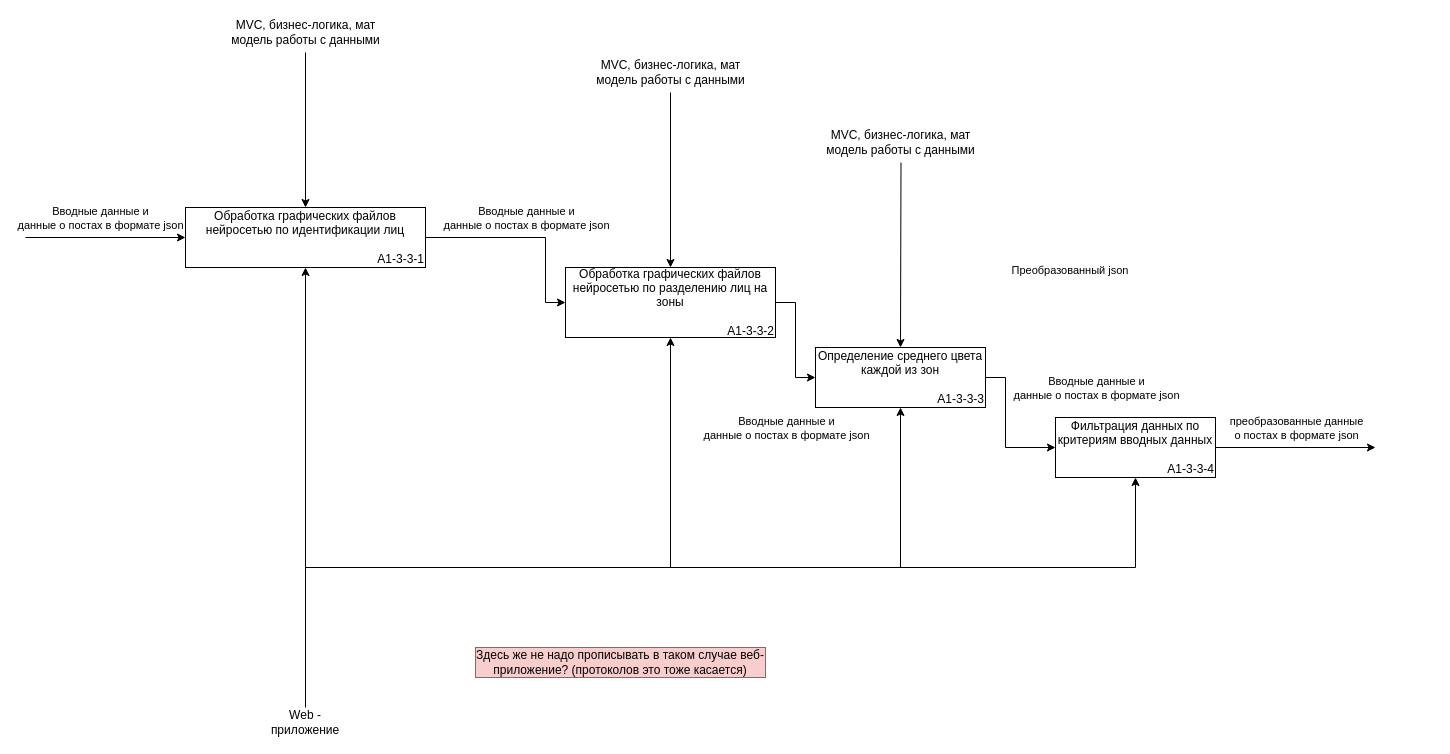
Before: page "Обработка фото нейросетями" (5 of 5) of documentation/Диаграмма без названия.drawio in DashaTkach/Project, a draw.io diagram. Source tidied: cells renumbered, new cells numbered last; positions are measured from the earlier drawing's top-left corner, leaving out a move shared by most shapes. Both pictures are drawn from the tidied source at 100%, with x=0, y=0 at pixel (25, 17).
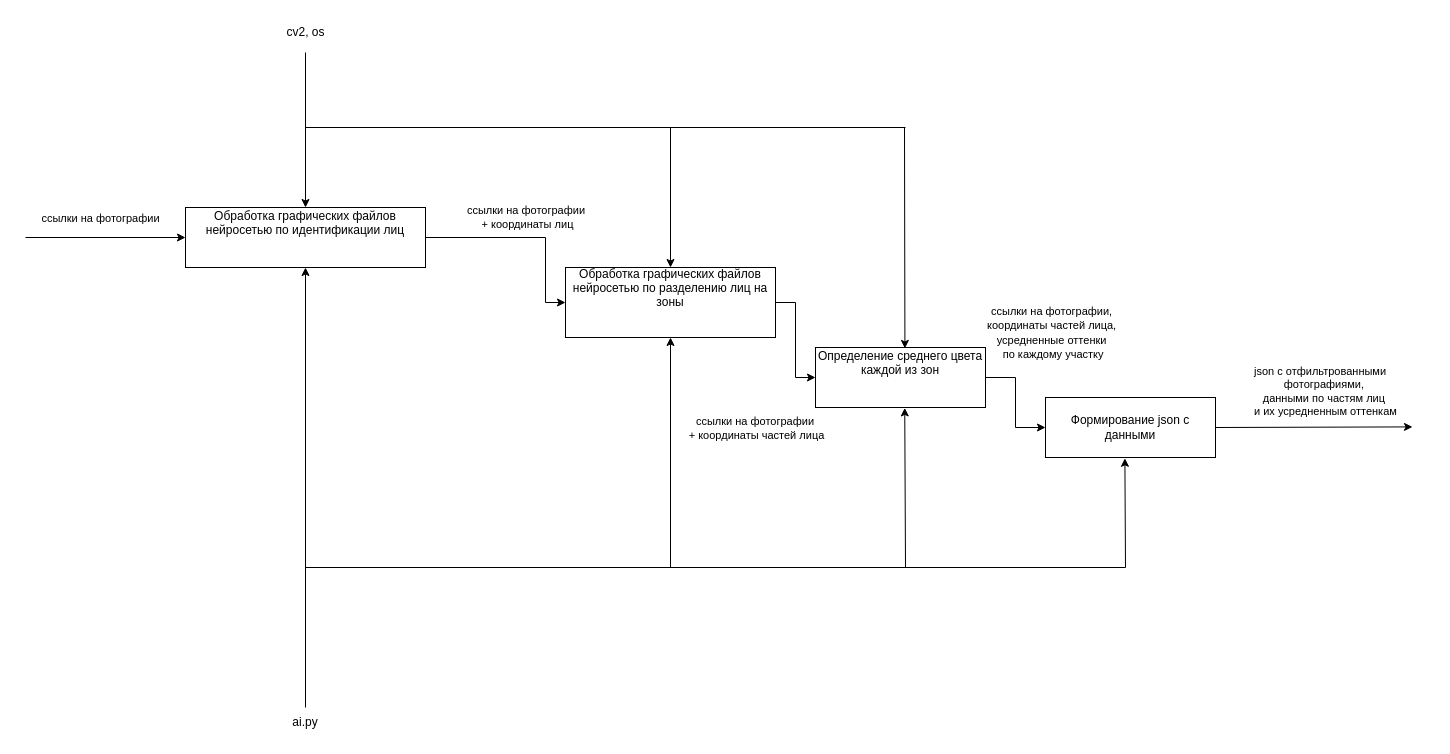
The same diagram, later.

Unchanged cells that the change refers to:
```xml
<mxCell id="9" style="endArrow=classic;html=1;rounded=0;entryX=0;entryY=0.5;entryDx=0;entryDy=0;" parent="1" edge="1" target="2">
  <mxGeometry relative="1" as="geometry">
    <mxPoint y="220" as="sourcePoint" />
  </mxGeometry>
</mxCell>
```

What changed in the source:
```diff
@@
-    <mxCell id="2" value="Обработка графических файлов нейросетью по идентификации лиц&lt;br&gt;&lt;br&gt;&lt;div style=&quot;text-align: right;&quot;&gt;А1-3-3-1&lt;/div&gt;" style="rounded=0;whiteSpace=wrap;html=1;" parent="1" vertex="1">
+    <mxCell id="2" value="Обработка графических файлов нейросетью по идентификации лиц&lt;br&gt;&lt;br&gt;&lt;div style=&quot;text-align: right;&quot;&gt;&lt;br&gt;&lt;/div&gt;" style="rounded=0;whiteSpace=wrap;html=1;" parent="1" vertex="1">
       <mxGeometry x="160" y="190" width="240" height="60" as="geometry" />
     </mxCell>
-    <mxCell id="3" value="Обработка графических файлов нейросетью по разделению лиц на зоны&lt;br&gt;&lt;br&gt;&lt;div style=&quot;text-align: right;&quot;&gt;А1-3-3-2&lt;br&gt;&lt;/div&gt;" style="rounded=0;whiteSpace=wrap;html=1;" parent="1" vertex="1">
+    <mxCell id="3" value="Обработка графических файлов нейросетью по разделению лиц на зоны&lt;br&gt;&lt;br&gt;&lt;div style=&quot;text-align: right;&quot;&gt;&lt;br&gt;&lt;/div&gt;" style="rounded=0;whiteSpace=wrap;html=1;" parent="1" vertex="1">
       <mxGeometry x="540" y="250" width="210" height="70" as="geometry" />
     </mxCell>
-    <mxCell id="4" value="Определение среднего цвета каждой из зон&lt;br&gt;&lt;br&gt;&lt;div style=&quot;text-align: right;&quot;&gt;А1-3-3-3&lt;br&gt;&lt;/div&gt;" style="rounded=0;whiteSpace=wrap;html=1;" parent="1" vertex="1">
+    <mxCell id="4" value="Определение среднего цвета каждой из зон&lt;br&gt;&lt;br&gt;&lt;div style=&quot;text-align: right;&quot;&gt;&lt;br&gt;&lt;/div&gt;" style="rounded=0;whiteSpace=wrap;html=1;" parent="1" vertex="1">
       <mxGeometry x="790" y="330" width="170" height="60" as="geometry" />
     </mxCell>
-    <mxCell id="5" value="Фильтрация данных по критериям вводных данных&lt;br&gt;&lt;br&gt;&lt;div style=&quot;text-align: right;&quot;&gt;А1-3-3-4&lt;/div&gt;" style="rounded=0;whiteSpace=wrap;html=1;" parent="1" vertex="1">
-      <mxGeometry x="1030" y="400" width="160" height="60" as="geometry" />
-    </mxCell>
@@
-    <mxCell id="8" style="endArrow=classic;html=1;rounded=0;entryX=0;entryY=0.5;entryDx=0;entryDy=0;exitX=1;exitY=0.5;exitDx=0;exitDy=0;" parent="1" edge="1" source="4" target="5">
-      <mxGeometry relative="1" as="geometry">
-        <Array as="points">
-          <mxPoint x="980" y="360" />
-          <mxPoint x="980" y="430" />
-        </Array>
-      </mxGeometry>
-    </mxCell>
@@
-    <mxCell id="10" value="Вводные данные и &lt;br&gt;данные о постах в формате json" style="edgeLabel;html=1;align=center;verticalAlign=middle;" parent="9" vertex="1">
+    <mxCell id="10" value="ссылки на фотографии" style="edgeLabel;html=1;align=center;verticalAlign=middle;" parent="9" vertex="1">
       <mxGeometry x="0.25" y="2" relative="1" as="geometry">
         <mxPoint x="-26" y="-18" as="offset" />
       </mxGeometry>
     </mxCell>
@@
-    <mxCell id="12" value="Web - приложение" style="text;html=1;align=center;verticalAlign=middle;whiteSpace=wrap;rounded=0;" parent="1" vertex="1">
+    <mxCell id="12" value="ai.py" style="text;html=1;align=center;verticalAlign=middle;whiteSpace=wrap;rounded=0;" parent="1" vertex="1">
       <mxGeometry x="250" y="690" width="60" height="30" as="geometry" />
     </mxCell>
     <mxCell id="13" style="endArrow=none;html=1;rounded=0;" parent="1" edge="1">
       <mxGeometry relative="1" as="geometry">
         <mxPoint x="280" y="550" as="sourcePoint" />
-        <mxPoint x="1110" y="550" as="targetPoint" />
+        <mxPoint x="1100" y="550" as="targetPoint" />
       </mxGeometry>
     </mxCell>
@@
-    <mxCell id="15" style="endArrow=classic;html=1;rounded=0;entryX=0.5;entryY=1;entryDx=0;entryDy=0;" parent="1" edge="1" target="4">
+    <mxCell id="15" style="endArrow=classic;html=1;rounded=0;entryX=0.525;entryY=1.007;entryDx=0;entryDy=0;entryPerimeter=0;" parent="1" edge="1" target="4">
       <mxGeometry relative="1" as="geometry">
-        <mxPoint x="875" y="550" as="sourcePoint" />
+        <mxPoint x="880" y="550" as="sourcePoint" />
       </mxGeometry>
     </mxCell>
-    <mxCell id="16" style="endArrow=classic;html=1;rounded=0;entryX=0.5;entryY=1;entryDx=0;entryDy=0;" parent="1" edge="1" target="5">
-      <mxGeometry relative="1" as="geometry">
-        <mxPoint x="1110" y="550" as="sourcePoint" />
-      </mxGeometry>
-    </mxCell>
-    <mxCell id="17" style="endArrow=classic;html=1;rounded=0;exitX=1;exitY=0.5;exitDx=0;exitDy=0;entryX=0;entryY=0.5;entryDx=0;entryDy=0;" parent="1" edge="1" source="5">
+    <mxCell id="17" style="endArrow=classic;html=1;rounded=0;exitX=1;exitY=0.5;exitDx=0;exitDy=0;entryX=0;entryY=0.5;entryDx=0;entryDy=0;" parent="1" edge="1" source="4" target="32">
       <mxGeometry relative="1" as="geometry">
-        <mxPoint x="1350" y="430" as="targetPoint" />
+        <Array as="points">
+          <mxPoint x="990" y="360" />
+          <mxPoint x="990" y="410" />
+        </Array>
       </mxGeometry>
     </mxCell>
-    <mxCell id="18" value="Здесь же не надо прописывать в таком случае веб-приложение? (протоколов это тоже касается)" style="text;html=1;align=center;verticalAlign=middle;whiteSpace=wrap;rounded=0;fillColor=#f8cecc;strokeColor=#b85450;" parent="1" vertex="1">
-      <mxGeometry x="450" y="630" width="290" height="30" as="geometry" />
-    </mxCell>
@@
-    <mxCell id="20" style="endArrow=classic;html=1;rounded=0;exitX=0.5;exitY=1;exitDx=0;exitDy=0;entryX=0.5;entryY=0;entryDx=0;entryDy=0;" parent="1" edge="1" target="3">
+    <mxCell id="20" style="endArrow=classic;html=1;rounded=0;entryX=0.5;entryY=0;entryDx=0;entryDy=0;" parent="1" edge="1" target="3">
       <mxGeometry relative="1" as="geometry">
-        <mxPoint x="645" y="75" as="sourcePoint" />
+        <mxPoint x="645" y="110" as="sourcePoint" />
       </mxGeometry>
     </mxCell>
-    <mxCell id="21" value="MVC, бизнес-логика, мат модель работы с данными" style="text;html=1;align=center;verticalAlign=middle;whiteSpace=wrap;rounded=0;" parent="1" vertex="1">
+    <mxCell id="21" value="cv2, os" style="text;html=1;align=center;verticalAlign=middle;whiteSpace=wrap;rounded=0;" parent="1" vertex="1">
       <mxGeometry x="197.5" width="165" height="30" as="geometry" />
     </mxCell>
-    <mxCell id="22" value="MVC, бизнес-логика, мат модель работы с данными" style="text;html=1;align=center;verticalAlign=middle;whiteSpace=wrap;rounded=0;" parent="1" vertex="1">
-      <mxGeometry x="562.5" y="40" width="165" height="30" as="geometry" />
-    </mxCell>
-    <mxCell id="23" style="endArrow=classic;html=1;rounded=0;exitX=0.5;exitY=1;exitDx=0;exitDy=0;entryX=0.5;entryY=0;entryDx=0;entryDy=0;" parent="1" edge="1" target="4">
+    <mxCell id="23" style="endArrow=classic;html=1;rounded=0;entryX=0.526;entryY=0.015;entryDx=0;entryDy=0;entryPerimeter=0;" parent="1" edge="1" target="4">
       <mxGeometry relative="1" as="geometry">
-        <mxPoint x="875.5" y="145" as="sourcePoint" />
+        <mxPoint x="879" y="110" as="sourcePoint" />
       </mxGeometry>
     </mxCell>
-    <mxCell id="24" value="MVC, бизнес-логика, мат модель работы с данными" style="text;html=1;align=center;verticalAlign=middle;whiteSpace=wrap;rounded=0;" parent="1" vertex="1">
-      <mxGeometry x="793" y="110" width="165" height="30" as="geometry" />
-    </mxCell>
-    <mxCell id="25" value="Преобразованный json&amp;nbsp;" style="edgeLabel;html=1;align=center;verticalAlign=middle;" parent="1" vertex="1">
-      <mxGeometry x="1030" y="250" as="geometry">
-        <mxPoint x="15" y="2" as="offset" />
-      </mxGeometry>
-    </mxCell>
-    <mxCell id="26" value="Вводные данные и &lt;br&gt;данные о постах в формате json" style="edgeLabel;html=1;align=center;verticalAlign=middle;" parent="1" vertex="1">
-      <mxGeometry x="500" y="200" as="geometry" />
+    <mxCell id="26" value="ссылки на фотографии&amp;nbsp;&lt;div&gt;+ координаты лиц&lt;/div&gt;" style="edgeLabel;html=1;align=center;verticalAlign=middle;" parent="1" vertex="1">
+      <mxGeometry x="500" y="200" as="geometry">
+        <mxPoint x="1" y="-1" as="offset" />
+      </mxGeometry>
     </mxCell>
-    <mxCell id="27" value="Вводные данные и &lt;br&gt;данные о постах в формате json" style="edgeLabel;html=1;align=center;verticalAlign=middle;" parent="1" vertex="1">
-      <mxGeometry x="760" y="410" as="geometry" />
+    <mxCell id="27" value="ссылки на фотографии&amp;nbsp;&lt;div&gt;+ координаты частей лица&lt;/div&gt;" style="edgeLabel;html=1;align=center;verticalAlign=middle;" parent="1" vertex="1">
+      <mxGeometry x="730" y="410" as="geometry" />
     </mxCell>
-    <mxCell id="28" value="Вводные данные и &lt;br&gt;данные о постах в формате json" style="edgeLabel;html=1;align=center;verticalAlign=middle;" parent="1" vertex="1">
-      <mxGeometry x="1070" y="370" as="geometry" />
-    </mxCell>
-    <mxCell id="29" value="преобразованные данные&lt;br&gt;о постах в формате json" style="edgeLabel;html=1;align=center;verticalAlign=middle;" parent="1" vertex="1">
-      <mxGeometry x="1270" y="410" as="geometry" />
-    </mxCell>
+    <mxCell id="30" style="endArrow=none;html=1;rounded=0;" parent="1" edge="1">
+      <mxGeometry relative="1" as="geometry">
+        <mxPoint x="280" y="110" as="sourcePoint" />
+        <mxPoint x="880" y="110" as="targetPoint" />
+      </mxGeometry>
+    </mxCell>
+    <mxCell id="31" value="&lt;div style=&quot;text-align: center;&quot;&gt;&lt;span style=&quot;font-size: 11px; text-wrap: nowrap; background-color: rgb(255, 255, 255);&quot;&gt;ссылки на фотографии,&amp;nbsp;&lt;/span&gt;&lt;/div&gt;&lt;div style=&quot;text-align: center;&quot;&gt;&lt;span style=&quot;font-size: 11px; text-wrap: nowrap; background-color: rgb(255, 255, 255);&quot;&gt;координаты частей лица,&amp;nbsp;&lt;/span&gt;&lt;/div&gt;&lt;div style=&quot;text-align: center;&quot;&gt;&lt;span style=&quot;font-size: 11px; text-wrap: nowrap; background-color: rgb(255, 255, 255);&quot;&gt;усредненные оттенки&amp;nbsp;&lt;/span&gt;&lt;/div&gt;&lt;div style=&quot;text-align: center;&quot;&gt;&lt;span style=&quot;font-size: 11px; text-wrap: nowrap; background-color: rgb(255, 255, 255);&quot;&gt;по каждому участку&lt;/span&gt;&lt;/div&gt;" style="text;whiteSpace=wrap;html=1;" parent="1" vertex="1">
+      <mxGeometry x="960" y="280" width="180" height="80" as="geometry" />
+    </mxCell>
+    <mxCell id="32" value="&lt;div style=&quot;&quot;&gt;Формирование json с данными&lt;/div&gt;" style="rounded=0;whiteSpace=wrap;html=1;align=center;" parent="1" vertex="1">
+      <mxGeometry x="1020" y="380" width="170" height="60" as="geometry" />
+    </mxCell>
+    <mxCell id="33" style="endArrow=classic;html=1;rounded=0;exitX=1;exitY=0.5;exitDx=0;exitDy=0;entryX=0;entryY=0.5;entryDx=0;entryDy=0;" parent="1" edge="1" source="32">
+      <mxGeometry relative="1" as="geometry">
+        <mxPoint x="1387" y="409.4" as="targetPoint" />
+      </mxGeometry>
+    </mxCell>
+    <mxCell id="34" value="&lt;span style=&quot;color: rgb(0, 0, 0); font-family: Helvetica; font-size: 11px; font-style: normal; font-variant-ligatures: normal; font-variant-caps: normal; font-weight: 400; letter-spacing: normal; orphans: 2; text-align: center; text-indent: 0px; text-transform: none; widows: 2; word-spacing: 0px; -webkit-text-stroke-width: 0px; white-space: nowrap; background-color: rgb(255, 255, 255); text-decoration-thickness: initial; text-decoration-style: initial; text-decoration-color: initial; display: inline !important; float: none;&quot;&gt;json с отфильтрованными&amp;nbsp;&lt;/span&gt;&lt;div style=&quot;color: rgb(0, 0, 0); font-family: Helvetica; font-size: 11px; font-style: normal; font-variant-ligatures: normal; font-variant-caps: normal; font-weight: 400; letter-spacing: normal; orphans: 2; text-align: center; text-indent: 0px; text-transform: none; widows: 2; word-spacing: 0px; -webkit-text-stroke-width: 0px; white-space: nowrap; text-decoration-thickness: initial; text-decoration-style: initial; text-decoration-color: initial;&quot;&gt;фотографиями,&amp;nbsp;&lt;/div&gt;&lt;div style=&quot;color: rgb(0, 0, 0); font-family: Helvetica; font-size: 11px; font-style: normal; font-variant-ligatures: normal; font-variant-caps: normal; font-weight: 400; letter-spacing: normal; orphans: 2; text-align: center; text-indent: 0px; text-transform: none; widows: 2; word-spacing: 0px; -webkit-text-stroke-width: 0px; white-space: nowrap; text-decoration-thickness: initial; text-decoration-style: initial; text-decoration-color: initial;&quot;&gt;данными по частям лиц&amp;nbsp;&lt;/div&gt;&lt;div style=&quot;color: rgb(0, 0, 0); font-family: Helvetica; font-size: 11px; font-style: normal; font-variant-ligatures: normal; font-variant-caps: normal; font-weight: 400; letter-spacing: normal; orphans: 2; text-align: center; text-indent: 0px; text-transform: none; widows: 2; word-spacing: 0px; -webkit-text-stroke-width: 0px; white-space: nowrap; text-decoration-thickness: initial; text-decoration-style: initial; text-decoration-color: initial;&quot;&gt;и их усредненным оттенкам&lt;/div&gt;" style="text;whiteSpace=wrap;html=1;" parent="1" vertex="1">
+      <mxGeometry x="1227" y="340" width="180" height="80" as="geometry" />
+    </mxCell>
+    <mxCell id="35" style="endArrow=classic;html=1;rounded=0;entryX=0.467;entryY=1.013;entryDx=0;entryDy=0;entryPerimeter=0;" parent="1" edge="1" target="32">
+      <mxGeometry relative="1" as="geometry">
+        <mxPoint x="1100" y="550" as="sourcePoint" />
+      </mxGeometry>
+    </mxCell>
```
